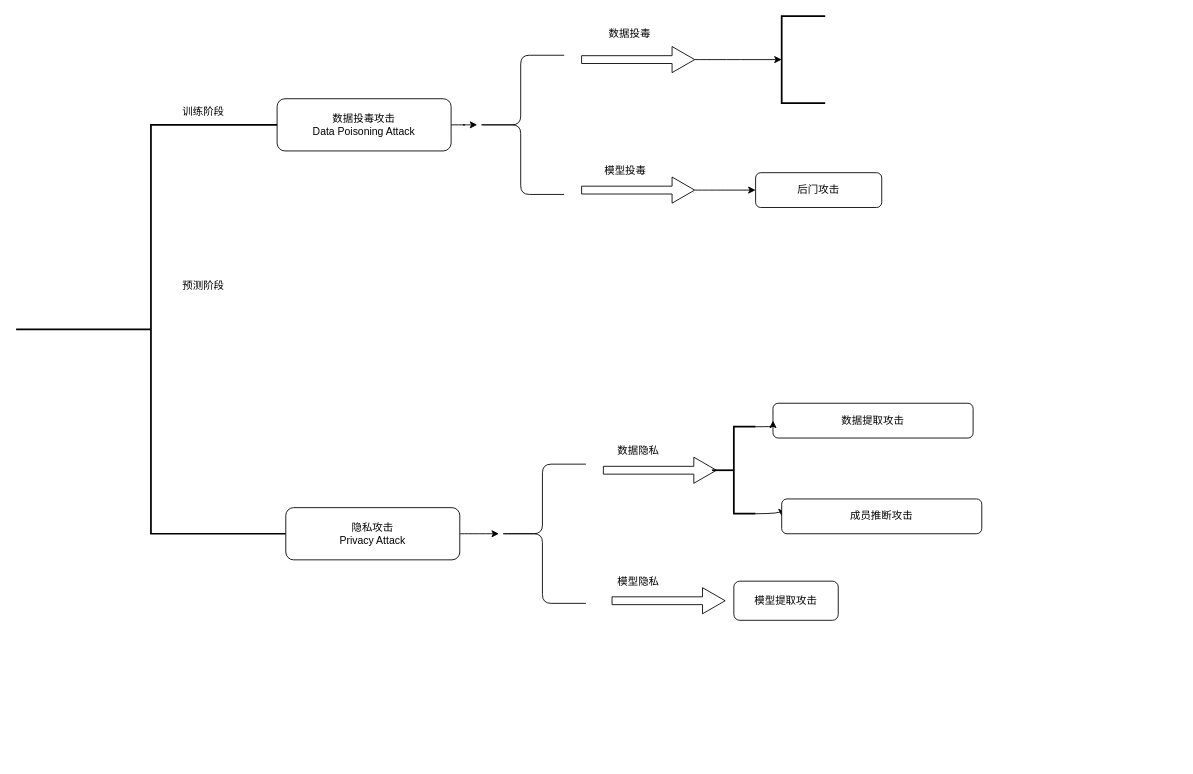
The draw.io diagram page "第 6 页" (5 of 8) of 未命名绘图.drawio in liangliuqi/whu-program, before the edit. Source tidied: cells renumbered, new cells numbered last; positions are measured from the earlier drawing's top-left corner, leaving out a move shared by most shapes. Both pictures are drawn from the tidied source at 87%, with x=0, y=0 at pixel (16, 16).
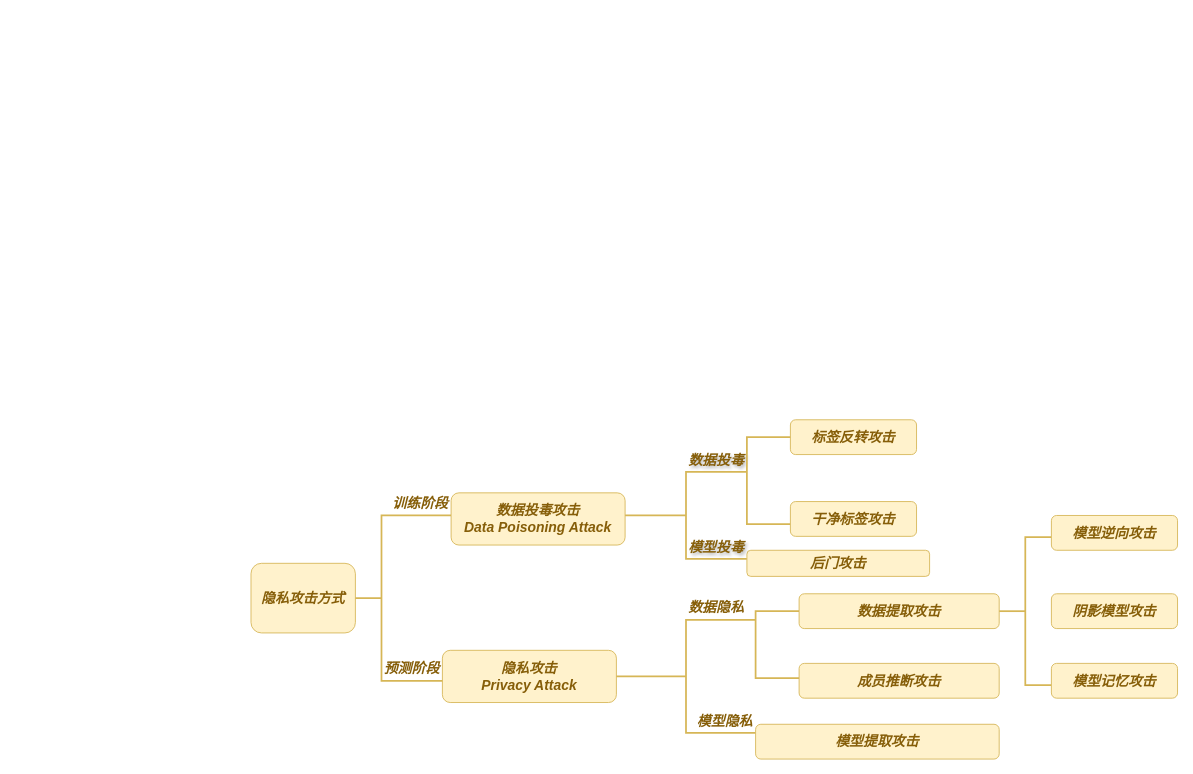
The same diagram, later.

Diff of the diagram source:
```diff
@@
+    <mxCell id="30" style="group;" parent="1" vertex="1">
+      <mxGeometry x="270" y="495" width="1065" height="359" as="geometry" />
+    </mxCell>
-    <mxCell id="2" style="strokeWidth=2;html=1;shape=mxgraph.flowchart.annotation_2;align=left;labelPosition=right;" parent="1" vertex="1">
-      <mxGeometry y="125" width="310" height="470" as="geometry" />
+    <mxCell id="2" style="strokeWidth=2;shape=mxgraph.flowchart.annotation_2;align=center;labelPosition=right;rounded=1;strokeColor=#D6B656;verticalAlign=middle;fontFamily=Helvetica;fontSize=16;fontColor=#865e09;fillColor=#fff2cc;fontStyle=3;" parent="30" vertex="1">
+      <mxGeometry x="70" y="79" width="160" height="190" as="geometry" />
     </mxCell>
-    <mxCell id="3" style="edgeStyle=orthogonalEdgeStyle;curved=1;rounded=0;jettySize=auto;html=1;" parent="1" edge="1" source="4" target="9">
-      <mxGeometry relative="1" as="geometry" />
-    </mxCell>
+    <mxCell id="6" value="隐私攻击&#10;Privacy Attack" style="rounded=1;whiteSpace=wrap;strokeColor=#D6B656;align=center;verticalAlign=middle;fontFamily=Helvetica;fontSize=16;fontColor=#865e09;fillColor=#fff2cc;fontStyle=3;" parent="30" vertex="1">
+      <mxGeometry x="220" y="234" width="200" height="60" as="geometry" />
+    </mxCell>
+    <mxCell id="8" value="预测阶段" style="text;align=center;verticalAlign=middle;strokeColor=none;fillColor=none;fontFamily=Helvetica;fontSize=16;fontColor=#865e09;fontStyle=3;" parent="30" vertex="1">
+      <mxGeometry x="140" y="239" width="90" height="30" as="geometry" />
+    </mxCell>
+    <mxCell id="22" value="数据隐私" style="text;align=center;verticalAlign=middle;strokeColor=none;fillColor=none;fontFamily=Helvetica;fontSize=16;fontColor=#865e09;fontStyle=3;" parent="30" vertex="1">
+      <mxGeometry x="490" y="169" width="90" height="30" as="geometry" />
+    </mxCell>
+    <mxCell id="31" style="strokeWidth=2;shape=mxgraph.flowchart.annotation_2;align=center;labelPosition=right;rounded=1;strokeColor=#D6B656;verticalAlign=middle;fontFamily=Helvetica;fontSize=16;fontColor=#865e09;fillColor=#fff2cc;fontStyle=3;" parent="30" vertex="1">
+      <mxGeometry x="420" y="199" width="160" height="130" as="geometry" />
+    </mxCell>
+    <mxCell id="32" value="隐私攻击方式" style="rounded=1;whiteSpace=wrap;strokeColor=#D6B656;align=center;verticalAlign=middle;fontFamily=Helvetica;fontSize=16;fontColor=#865e09;fillColor=#fff2cc;fontStyle=3;" parent="30" vertex="1">
+      <mxGeometry y="134" width="120" height="80" as="geometry" />
+    </mxCell>
+    <mxCell id="23" value="模型隐私" style="text;align=center;verticalAlign=middle;strokeColor=none;fillColor=none;fontFamily=Helvetica;fontSize=16;fontColor=#865e09;fontStyle=3;" parent="30" vertex="1">
+      <mxGeometry x="500" y="299" width="90" height="30" as="geometry" />
+    </mxCell>
-    <mxCell id="4" value="数据投毒攻击&lt;div&gt;Data Poisoning Attack&lt;/div&gt;" style="rounded=1;whiteSpace=wrap;html=1;" parent="1" vertex="1">
-      <mxGeometry x="300" y="95" width="200" height="60" as="geometry" />
+    <mxCell id="4" value="数据投毒攻击&#10;Data Poisoning Attack" style="rounded=1;whiteSpace=wrap;fillColor=#fff2cc;strokeColor=#D6B656;align=center;verticalAlign=middle;fontFamily=Helvetica;fontSize=16;fontColor=#865e09;fontStyle=3;" parent="30" vertex="1">
+      <mxGeometry x="230" y="53" width="200" height="60" as="geometry" />
     </mxCell>
-    <mxCell id="5" style="edgeStyle=orthogonalEdgeStyle;curved=1;rounded=0;jettySize=auto;html=1;" parent="1" edge="1" source="6" target="19">
-      <mxGeometry relative="1" as="geometry" />
-    </mxCell>
-    <mxCell id="6" value="隐私攻击&lt;div&gt;Privacy Attack&lt;/div&gt;" style="rounded=1;whiteSpace=wrap;html=1;" parent="1" vertex="1">
-      <mxGeometry x="310" y="565" width="200" height="60" as="geometry" />
-    </mxCell>
-    <mxCell id="7" value="训练阶段" style="text;html=1;align=center;verticalAlign=middle;strokeColor=none;fillColor=none;" parent="1" vertex="1">
-      <mxGeometry x="180" y="95" width="70" height="30" as="geometry" />
+    <mxCell id="7" value="训练阶段" style="text;align=center;verticalAlign=middle;strokeColor=none;fillColor=none;fontFamily=Helvetica;fontSize=16;fontColor=#865e09;fontStyle=3;" parent="30" vertex="1">
+      <mxGeometry x="150" y="49" width="90" height="30" as="geometry" />
     </mxCell>
-    <mxCell id="8" value="预测阶段" style="text;html=1;align=center;verticalAlign=middle;strokeColor=none;fillColor=none;" parent="1" vertex="1">
-      <mxGeometry x="180" y="295" width="70" height="30" as="geometry" />
-    </mxCell>
-    <mxCell id="9" style="shape=curlyBracket;whiteSpace=wrap;html=1;rounded=1;labelPosition=left;verticalLabelPosition=middle;align=right;verticalAlign=middle;" parent="1" vertex="1">
-      <mxGeometry x="530" y="45" width="100" height="160" as="geometry" />
-    </mxCell>
-    <mxCell id="10" value="后门攻击" style="rounded=1;whiteSpace=wrap;html=1;" parent="1" vertex="1">
-      <mxGeometry x="850" y="180" width="145" height="40" as="geometry" />
-    </mxCell>
-    <mxCell id="11" style="edgeStyle=orthogonalEdgeStyle;curved=1;rounded=0;jettySize=auto;html=1;" parent="1" edge="1" source="12" target="16">
-      <mxGeometry relative="1" as="geometry" />
-    </mxCell>
-    <mxCell id="12" style="shape=singleArrow;whiteSpace=wrap;html=1;" parent="1" vertex="1">
-      <mxGeometry x="650" y="35" width="130" height="30" as="geometry" />
-    </mxCell>
-    <mxCell id="13" value="数据投毒" style="text;html=1;align=center;verticalAlign=middle;strokeColor=none;fillColor=none;" parent="1" vertex="1">
-      <mxGeometry x="670" y="5" width="70" height="30" as="geometry" />
+    <mxCell id="13" value="数据投毒" style="text;align=center;verticalAlign=middle;strokeColor=none;fillColor=none;fontFamily=Helvetica;fontSize=16;fontColor=#865e09;fontStyle=3;textShadow=1;" parent="30" vertex="1">
+      <mxGeometry x="490" width="90" height="30" as="geometry" />
     </mxCell>
-    <mxCell id="14" style="edgeStyle=orthogonalEdgeStyle;curved=1;rounded=0;jettySize=auto;html=1;" parent="1" edge="1" source="15" target="10">
-      <mxGeometry relative="1" as="geometry" />
-    </mxCell>
-    <mxCell id="15" style="shape=singleArrow;whiteSpace=wrap;html=1;" parent="1" vertex="1">
-      <mxGeometry x="650" y="185" width="130" height="30" as="geometry" />
-    </mxCell>
-    <mxCell id="16" style="strokeWidth=2;html=1;shape=mxgraph.flowchart.annotation_1;align=left;" parent="1" vertex="1">
-      <mxGeometry x="880" width="50" height="100" as="geometry" />
-    </mxCell>
-    <mxCell id="17" value="模型投毒" style="text;html=1;align=center;verticalAlign=middle;strokeColor=none;fillColor=none;" parent="1" vertex="1">
-      <mxGeometry x="665" y="163" width="70" height="30" as="geometry" />
-    </mxCell>
-    <mxCell id="18" style="group;" parent="1" vertex="1">
-      <mxGeometry x="555" y="485" width="555" height="241" as="geometry" />
-    </mxCell>
-    <mxCell id="19" style="shape=curlyBracket;whiteSpace=wrap;html=1;rounded=1;labelPosition=left;verticalLabelPosition=middle;align=right;verticalAlign=middle;" parent="18" vertex="1">
-      <mxGeometry y="30" width="100" height="160" as="geometry" />
-    </mxCell>
-    <mxCell id="20" style="shape=singleArrow;whiteSpace=wrap;html=1;" parent="18" vertex="1">
-      <mxGeometry x="120" y="22" width="130" height="30" as="geometry" />
-    </mxCell>
-    <mxCell id="21" style="shape=singleArrow;whiteSpace=wrap;html=1;" parent="18" vertex="1">
-      <mxGeometry x="130" y="172" width="130" height="30" as="geometry" />
-    </mxCell>
-    <mxCell id="22" value="数据隐私" style="text;html=1;align=center;verticalAlign=middle;strokeColor=none;fillColor=none;" parent="18" vertex="1">
-      <mxGeometry x="125" width="70" height="30" as="geometry" />
-    </mxCell>
-    <mxCell id="23" value="模型隐私" style="text;html=1;align=center;verticalAlign=middle;strokeColor=none;fillColor=none;" parent="18" vertex="1">
-      <mxGeometry x="125" y="150" width="70" height="30" as="geometry" />
-    </mxCell>
-    <mxCell id="24" style="edgeStyle=orthogonalEdgeStyle;curved=1;rounded=0;jettySize=auto;html=1;exitX=1;exitY=1;exitDx=0;exitDy=0;exitPerimeter=0;entryX=0;entryY=0.5;entryDx=0;entryDy=0;" parent="18" edge="1" source="25" target="27">
-      <mxGeometry relative="1" as="geometry" />
-    </mxCell>
-    <mxCell id="25" style="strokeWidth=2;html=1;shape=mxgraph.flowchart.annotation_2;align=left;labelPosition=right;" parent="18" vertex="1">
-      <mxGeometry x="245" y="-13" width="50" height="100" as="geometry" />
-    </mxCell>
+    <mxCell id="33" style="strokeWidth=2;shape=mxgraph.flowchart.annotation_2;align=center;labelPosition=right;rounded=1;strokeColor=#D6B656;verticalAlign=middle;fontFamily=Helvetica;fontSize=16;fontColor=#865e09;fillColor=#fff2cc;fontStyle=3;" parent="30" vertex="1">
+      <mxGeometry x="430" y="29" width="140" height="100" as="geometry" />
+    </mxCell>
+    <mxCell id="34" style="group;" parent="30" vertex="1">
+      <mxGeometry x="580" y="79" width="485" height="280" as="geometry" />
+    </mxCell>
-    <mxCell id="26" value="模型提取攻击" style="rounded=1;whiteSpace=wrap;html=1;" parent="18" vertex="1">
-      <mxGeometry x="270" y="164.5" width="120" height="45" as="geometry" />
+    <mxCell id="26" value="模型提取攻击" style="rounded=1;whiteSpace=wrap;strokeColor=#D6B656;align=center;verticalAlign=middle;fontFamily=Helvetica;fontSize=16;fontColor=#865e09;fillColor=#fff2cc;fontStyle=3;" parent="34" vertex="1">
+      <mxGeometry y="240" width="280" height="40" as="geometry" />
     </mxCell>
-    <mxCell id="27" value="成员推断攻击" style="rounded=1;whiteSpace=wrap;html=1;" parent="18" vertex="1">
-      <mxGeometry x="325" y="70" width="230" height="40" as="geometry" />
+    <mxCell id="27" value="成员推断攻击" style="rounded=1;whiteSpace=wrap;strokeColor=#D6B656;align=center;verticalAlign=middle;fontFamily=Helvetica;fontSize=16;fontColor=#865e09;fillColor=#fff2cc;fontStyle=3;" parent="34" vertex="1">
+      <mxGeometry x="50" y="170" width="230" height="40" as="geometry" />
     </mxCell>
+    <mxCell id="35" style="strokeWidth=2;shape=mxgraph.flowchart.annotation_1;align=center;rounded=1;strokeColor=#D6B656;verticalAlign=middle;fontFamily=Helvetica;fontSize=16;fontColor=#865e09;fillColor=#fff2cc;fontStyle=3;" parent="34" vertex="1">
+      <mxGeometry y="110" width="50" height="77" as="geometry" />
+    </mxCell>
+    <mxCell id="36" style="group;" parent="34" vertex="1">
+      <mxGeometry x="50" width="435" height="210" as="geometry" />
+    </mxCell>
-    <mxCell id="28" value="数据提取攻击" style="rounded=1;whiteSpace=wrap;html=1;" parent="1" vertex="1">
-      <mxGeometry x="870" y="445" width="230" height="40" as="geometry" />
+    <mxCell id="28" value="数据提取攻击" style="rounded=1;whiteSpace=wrap;strokeColor=#D6B656;align=center;verticalAlign=middle;fontFamily=Helvetica;fontSize=16;fontColor=#865e09;fillColor=#fff2cc;fontStyle=3;" parent="36" vertex="1">
+      <mxGeometry y="90" width="230" height="40" as="geometry" />
     </mxCell>
-    <mxCell id="29" style="edgeStyle=orthogonalEdgeStyle;curved=1;rounded=0;jettySize=auto;html=1;exitX=1;exitY=0;exitDx=0;exitDy=0;exitPerimeter=0;entryX=0;entryY=0.5;entryDx=0;entryDy=0;" parent="1" edge="1" source="25" target="28">
-      <mxGeometry relative="1" as="geometry" />
-    </mxCell>
+    <mxCell id="37" style="strokeWidth=2;shape=mxgraph.flowchart.annotation_2;align=center;labelPosition=right;rounded=1;strokeColor=#D6B656;verticalAlign=middle;fontFamily=Helvetica;fontSize=16;fontColor=#865e09;fillColor=#fff2cc;fontStyle=3;" parent="36" vertex="1">
+      <mxGeometry x="230" y="25" width="60" height="170" as="geometry" />
+    </mxCell>
+    <mxCell id="38" value="模型逆向攻击" style="rounded=1;whiteSpace=wrap;strokeColor=#D6B656;align=center;verticalAlign=middle;fontFamily=Helvetica;fontSize=16;fontColor=#865e09;fillColor=#fff2cc;fontStyle=3;" parent="36" vertex="1">
+      <mxGeometry x="290" width="145" height="40" as="geometry" />
+    </mxCell>
+    <mxCell id="39" value="阴影模型攻击" style="rounded=1;whiteSpace=wrap;strokeColor=#D6B656;align=center;verticalAlign=middle;fontFamily=Helvetica;fontSize=16;fontColor=#865e09;fillColor=#fff2cc;fontStyle=3;" parent="36" vertex="1">
+      <mxGeometry x="290" y="90" width="145" height="40" as="geometry" />
+    </mxCell>
+    <mxCell id="40" value="模型记忆攻击" style="rounded=1;whiteSpace=wrap;strokeColor=#D6B656;align=center;verticalAlign=middle;fontFamily=Helvetica;fontSize=16;fontColor=#865e09;fillColor=#fff2cc;fontStyle=3;" parent="36" vertex="1">
+      <mxGeometry x="290" y="170" width="145" height="40" as="geometry" />
+    </mxCell>
+    <mxCell id="41" style="group;" parent="36" vertex="1">
+      <mxGeometry x="-60" y="-110" width="210" height="190" as="geometry" />
+    </mxCell>
+    <mxCell id="42" value="标签反转攻击" style="rounded=1;whiteSpace=wrap;strokeColor=#D6B656;align=center;verticalAlign=middle;fontFamily=Helvetica;fontSize=16;fontColor=#865e09;fillColor=#fff2cc;fontStyle=3;" parent="41" vertex="1">
+      <mxGeometry x="50" width="145" height="40" as="geometry" />
+    </mxCell>
+    <mxCell id="10" value="后门攻击" style="rounded=1;whiteSpace=wrap;strokeColor=#D6B656;align=center;verticalAlign=middle;fontFamily=Helvetica;fontSize=16;fontColor=#865e09;fillColor=#fff2cc;fontStyle=3;" parent="41" vertex="1">
+      <mxGeometry y="150" width="210" height="30" as="geometry" />
+    </mxCell>
+    <mxCell id="16" style="strokeWidth=2;shape=mxgraph.flowchart.annotation_1;align=center;rounded=1;strokeColor=#D6B656;verticalAlign=middle;fontFamily=Helvetica;fontSize=16;fontColor=#865e09;fillColor=#fff2cc;fontStyle=3;" parent="41" vertex="1">
+      <mxGeometry y="20" width="50" height="100" as="geometry" />
+    </mxCell>
+    <mxCell id="43" value="干净标签攻击" style="rounded=1;whiteSpace=wrap;strokeColor=#D6B656;align=center;verticalAlign=middle;fontFamily=Helvetica;fontSize=16;fontColor=#865e09;fillColor=#fff2cc;fontStyle=3;" parent="41" vertex="1">
+      <mxGeometry x="50" y="94" width="145" height="40" as="geometry" />
+    </mxCell>
+    <mxCell id="17" value="模型投毒" style="text;align=center;verticalAlign=middle;strokeColor=none;fillColor=none;fontFamily=Helvetica;fontSize=16;fontColor=#865e09;fontStyle=3;textShadow=1;" parent="30" vertex="1">
+      <mxGeometry x="490" y="99" width="90" height="30" as="geometry" />
+    </mxCell>
```
